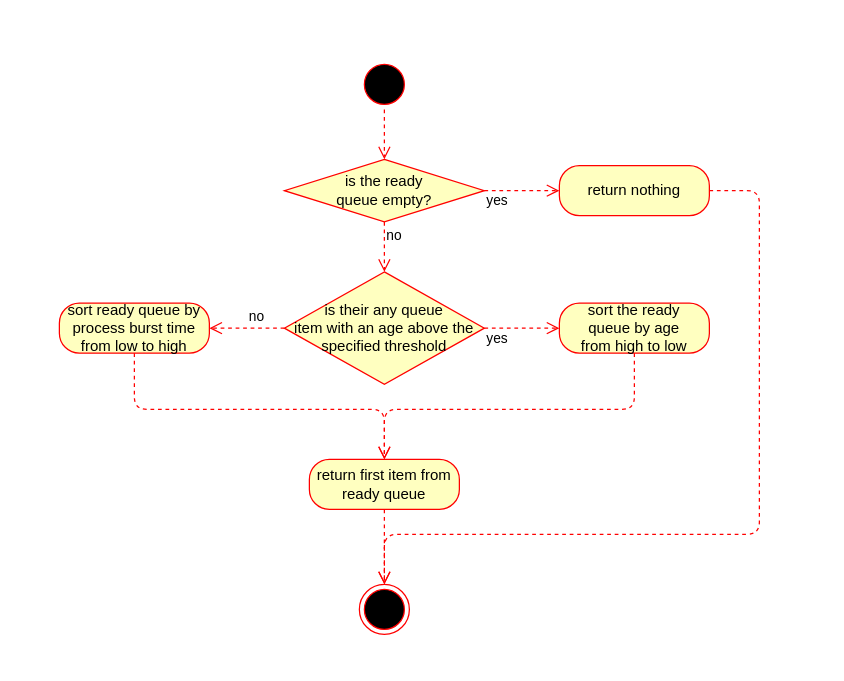
Above: page "custom_sjf_flowchart" (3 of 3) of research_lvde/diagrams.drawio in LucEnden/sync (draw.io), before the change. Source tidied: cells renumbered, new cells numbered last; positions are measured from the earlier drawing's top-left corner, leaving out a move shared by most shapes. Both pictures are drawn from the tidied source at 125%, with x=0, y=0 at pixel (59, 59).
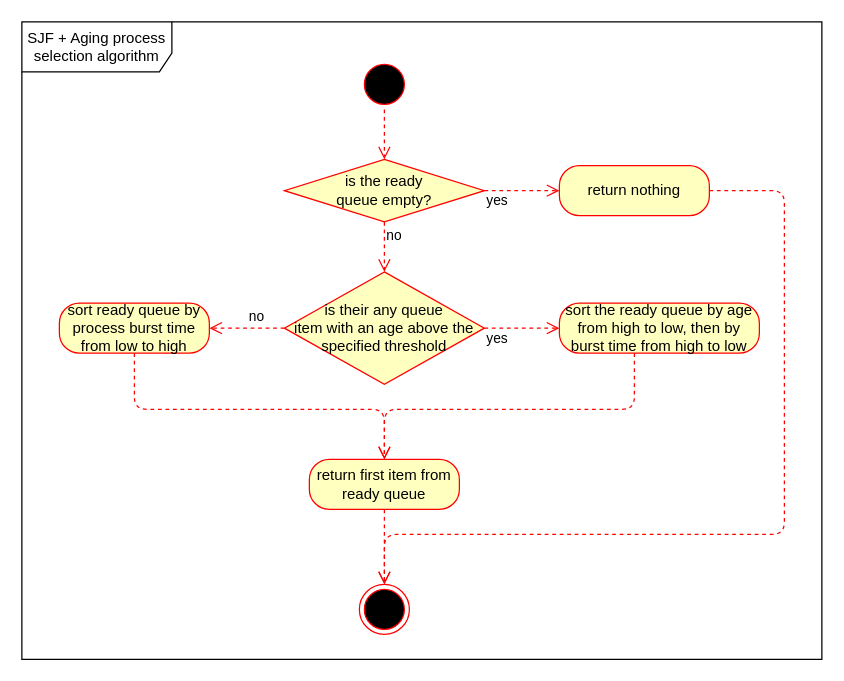
The same page after the edit.

Unchanged cells that the change refers to:
```xml
<mxCell id="7" value="return nothing" style="rounded=1;whiteSpace=wrap;html=1;arcSize=40;fontColor=#000000;fillColor=#ffffc0;strokeColor=#ff0000;" parent="1" vertex="1">
  <mxGeometry x="400" y="85" width="120" height="40" as="geometry" />
</mxCell>
<mxCell id="14" style="ellipse;html=1;shape=endState;fillColor=#000000;strokeColor=#ff0000;fontColor=#000000;" parent="1" vertex="1">
  <mxGeometry x="240" y="420" width="40" height="40" as="geometry" />
</mxCell>
```

What changed in the source:
```diff
@@
+    <mxCell id="19" value="SJF + Aging process selection algorithm" style="shape=umlFrame;whiteSpace=wrap;html=1;width=120;height=40;" parent="1" vertex="1">
+      <mxGeometry x="-30" y="-30" width="640" height="510" as="geometry" />
+    </mxCell>
@@
     <mxCell id="8" style="edgeStyle=orthogonalEdgeStyle;html=1;verticalAlign=bottom;endArrow=open;endSize=8;strokeColor=#ff0000;dashed=1;fontColor=#000000;entryX=0.5;entryY=0;entryDx=0;entryDy=0;" parent="1" edge="1" source="7" target="14">
       <mxGeometry relative="1" as="geometry">
         <Array as="points">
-          <mxPoint x="560" y="105" />
-          <mxPoint x="560" y="380" />
+          <mxPoint x="580" y="105" />
+          <mxPoint x="580" y="380" />
           <mxPoint x="260" y="380" />
         </Array>
       </mxGeometry>
     </mxCell>
@@
-    <mxCell id="10" value="sort the ready&lt;br&gt;queue by age &lt;br&gt;from high to low" style="rounded=1;whiteSpace=wrap;html=1;arcSize=40;fontColor=#000000;fillColor=#ffffc0;strokeColor=#ff0000;" parent="1" vertex="1">
-      <mxGeometry x="400" y="195" width="120" height="40" as="geometry" />
+    <mxCell id="10" value="sort the ready queue by age &lt;br&gt;from high to low, then by burst time from high to low" style="rounded=1;whiteSpace=wrap;html=1;arcSize=40;fontColor=#000000;fillColor=#ffffc0;strokeColor=#ff0000;" parent="1" vertex="1">
+      <mxGeometry x="400" y="195" width="160" height="40" as="geometry" />
     </mxCell>
```
